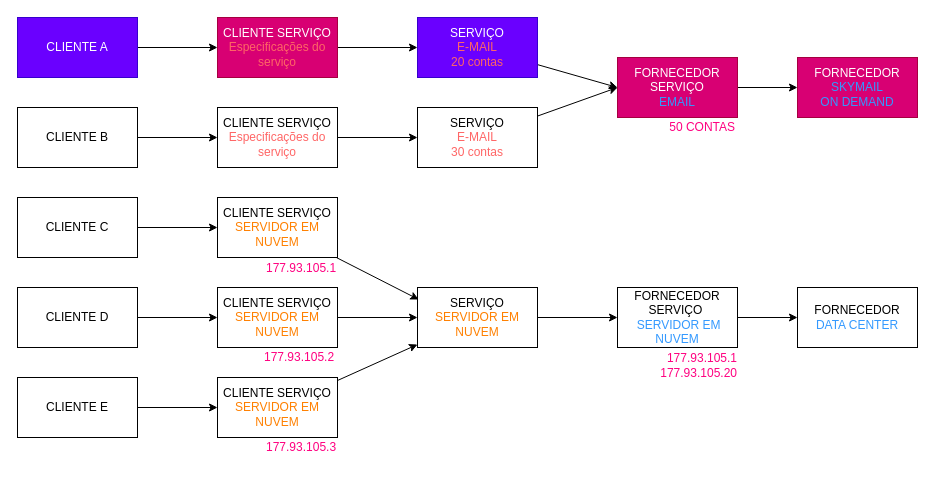
sigespweb22/boxapp-api keeps this draw.io diagram as page "Caso de Uso - Fornecedores a Clientes" (1 of 6) of docs/draws/BoxApp.drawio. Above is the earlier version. Source tidied: cells renumbered, new cells numbered last; positions are measured from the earlier drawing's top-left corner, leaving out a move shared by most shapes. Both pictures are drawn from the tidied source at 100%, with x=0, y=0 at pixel (17, 17).
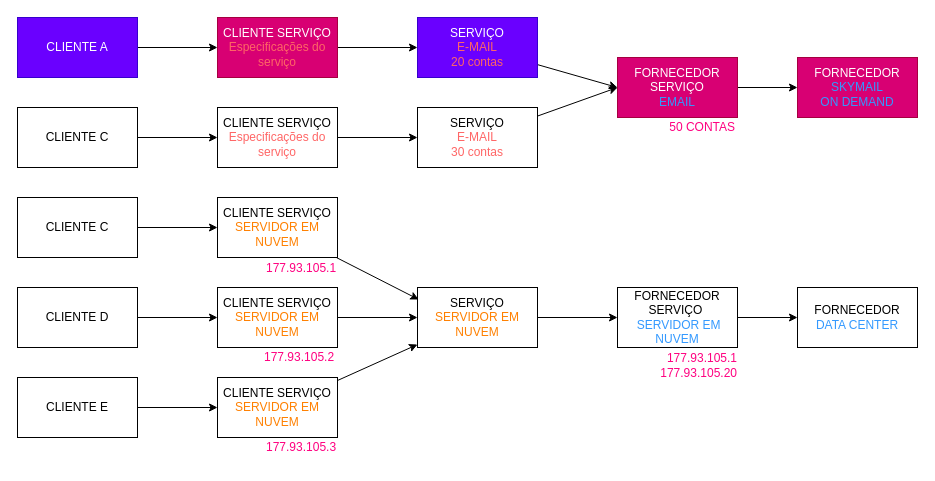
After the change.

Commit message:
atualização de documentação

What changed in the source:
```diff
@@
-    <mxCell id="5" value="CLIENTE B" style="rounded=0;whiteSpace=wrap;html=1;" parent="1" vertex="1">
+    <mxCell id="5" value="CLIENTE C" style="rounded=0;whiteSpace=wrap;html=1;" parent="1" vertex="1">
       <mxGeometry y="90" width="120" height="60" as="geometry" />
     </mxCell>
```
